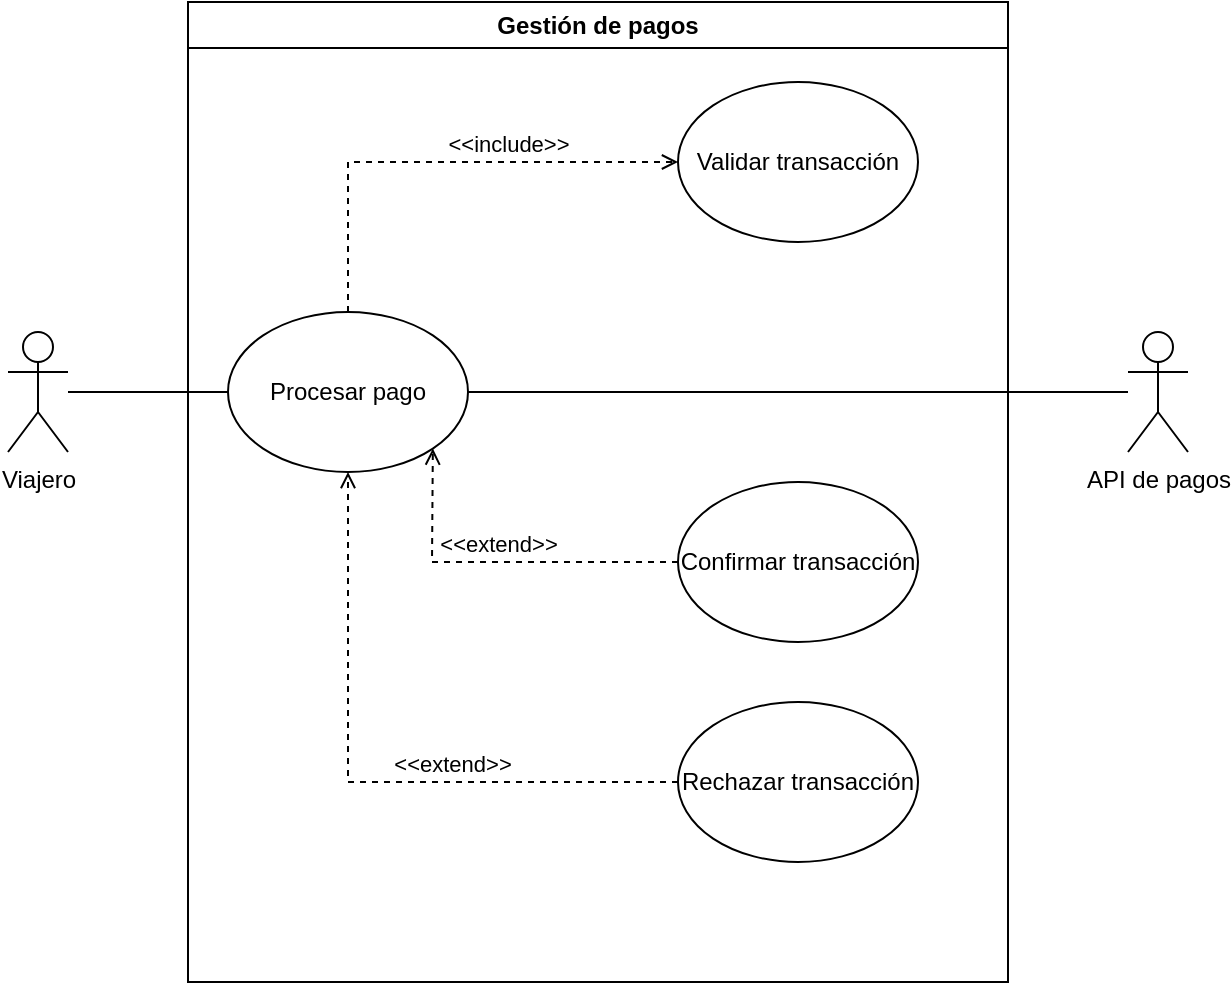
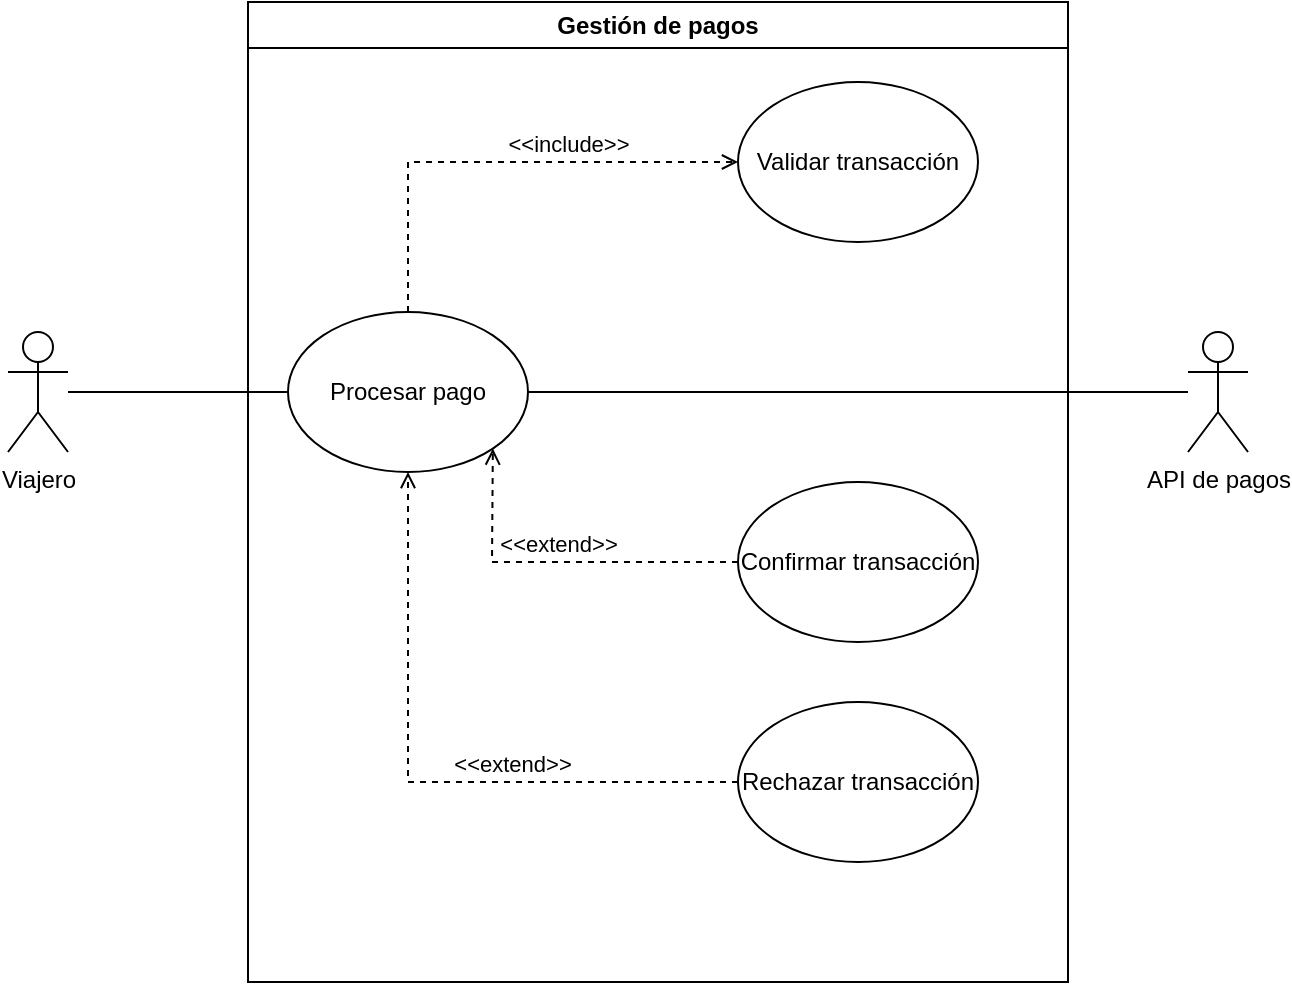
<mxfile host="app.diagrams.net">
  <diagram name="Page-1" id="mkqWgUlGliyPtY1f7ZGr">
-     <mxGraphModel dx="694" dy="486" grid="1" gridSize="10" guides="1" tooltips="1" connect="1" arrows="1" fold="1" page="1" pageScale="1" pageWidth="850" pageHeight="1100" math="0" shadow="0">
+     <mxGraphModel dx="1544" dy="486" grid="1" gridSize="10" guides="1" tooltips="1" connect="1" arrows="1" fold="1" page="1" pageScale="1" pageWidth="850" pageHeight="1100" math="0" shadow="0">
      <root>
        <mxCell id="0" />
        <mxCell id="1" parent="0" />
        <mxCell id="oq_OCJEDApQ9kqL2OErt-2" parent="1" style="swimlane;whiteSpace=wrap;html=1;" value="Gestión de pagos" vertex="1">
          <mxGeometry height="490" width="410" x="120" y="80" as="geometry" />
        </mxCell>
        <mxCell id="oq_OCJEDApQ9kqL2OErt-5" parent="oq_OCJEDApQ9kqL2OErt-2" style="ellipse;whiteSpace=wrap;html=1;" value="Validar transacción" vertex="1">
          <mxGeometry height="80" width="120" x="245" y="40" as="geometry" />
        </mxCell>
        <mxCell id="oq_OCJEDApQ9kqL2OErt-6" parent="oq_OCJEDApQ9kqL2OErt-2" style="ellipse;whiteSpace=wrap;html=1;" value="Confirmar transacción" vertex="1">
          <mxGeometry height="80" width="120" x="245" y="240" as="geometry" />
        </mxCell>
        <mxCell id="oq_OCJEDApQ9kqL2OErt-7" parent="oq_OCJEDApQ9kqL2OErt-2" style="ellipse;whiteSpace=wrap;html=1;" value="Rechazar transacción" vertex="1">
          <mxGeometry height="80" width="120" x="245" y="350" as="geometry" />
-         </mxCell>
-         <mxCell id="oq_OCJEDApQ9kqL2OErt-4" edge="1" parent="oq_OCJEDApQ9kqL2OErt-2" source="oq_OCJEDApQ9kqL2OErt-1" style="edgeStyle=orthogonalEdgeStyle;rounded=0;orthogonalLoop=1;jettySize=auto;html=1;entryX=0;entryY=0.5;entryDx=0;entryDy=0;endArrow=none;endFill=0;" target="oq_OCJEDApQ9kqL2OErt-3">
-           <mxGeometry relative="1" as="geometry" />
-         </mxCell>
-         <mxCell id="oq_OCJEDApQ9kqL2OErt-1" parent="oq_OCJEDApQ9kqL2OErt-2" style="shape=umlActor;verticalLabelPosition=bottom;verticalAlign=top;html=1;outlineConnect=0;" value="Viajero" vertex="1">
-           <mxGeometry height="60" width="30" x="-90" y="165" as="geometry" />
        </mxCell>
        <mxCell id="oq_OCJEDApQ9kqL2OErt-3" parent="oq_OCJEDApQ9kqL2OErt-2" style="ellipse;whiteSpace=wrap;html=1;" value="Procesar pago" vertex="1">
          <mxGeometry height="80" width="120" x="20" y="155" as="geometry" />
        </mxCell>
        <mxCell id="oq_OCJEDApQ9kqL2OErt-8" edge="1" parent="oq_OCJEDApQ9kqL2OErt-2" source="oq_OCJEDApQ9kqL2OErt-6" style="html=1;verticalAlign=bottom;labelBackgroundColor=none;endArrow=open;endFill=0;dashed=1;rounded=0;entryX=1;entryY=1;entryDx=0;entryDy=0;exitX=0;exitY=0.5;exitDx=0;exitDy=0;" target="oq_OCJEDApQ9kqL2OErt-3" value="&amp;lt;&amp;lt;extend&amp;gt;&amp;gt;">
          <mxGeometry relative="1" width="160" as="geometry">
            <Array as="points">
              <mxPoint x="122" y="280" />
            </Array>
            <mxPoint x="20" y="250" as="sourcePoint" />
            <mxPoint x="180" y="250" as="targetPoint" />
          </mxGeometry>
        </mxCell>
        <mxCell id="oq_OCJEDApQ9kqL2OErt-9" edge="1" parent="oq_OCJEDApQ9kqL2OErt-2" source="oq_OCJEDApQ9kqL2OErt-3" style="html=1;verticalAlign=bottom;labelBackgroundColor=none;endArrow=open;endFill=0;dashed=1;rounded=0;exitX=0.5;exitY=0;exitDx=0;exitDy=0;entryX=0;entryY=0.5;entryDx=0;entryDy=0;" target="oq_OCJEDApQ9kqL2OErt-5" value="&amp;lt;&amp;lt;include&amp;gt;&amp;gt;">
          <mxGeometry relative="1" width="160" x="0.2917" as="geometry">
            <mxPoint as="offset" />
            <Array as="points">
              <mxPoint x="80" y="80" />
            </Array>
            <mxPoint x="20" y="250" as="sourcePoint" />
            <mxPoint x="180" y="250" as="targetPoint" />
          </mxGeometry>
        </mxCell>
        <mxCell id="oq_OCJEDApQ9kqL2OErt-10" edge="1" parent="oq_OCJEDApQ9kqL2OErt-2" source="oq_OCJEDApQ9kqL2OErt-7" style="html=1;verticalAlign=bottom;labelBackgroundColor=none;endArrow=open;endFill=0;dashed=1;rounded=0;entryX=0.5;entryY=1;entryDx=0;entryDy=0;exitX=0;exitY=0.5;exitDx=0;exitDy=0;" target="oq_OCJEDApQ9kqL2OErt-3" value="&amp;lt;&amp;lt;extend&amp;gt;&amp;gt;">
          <mxGeometry relative="1" width="160" x="-0.2917" as="geometry">
            <mxPoint as="offset" />
            <Array as="points">
              <mxPoint x="80" y="390" />
            </Array>
            <mxPoint x="20" y="250" as="sourcePoint" />
            <mxPoint x="180" y="250" as="targetPoint" />
          </mxGeometry>
        </mxCell>
        <mxCell id="oq_OCJEDApQ9kqL2OErt-12" edge="1" parent="1" source="oq_OCJEDApQ9kqL2OErt-11" style="edgeStyle=orthogonalEdgeStyle;rounded=0;orthogonalLoop=1;jettySize=auto;html=1;entryX=1;entryY=0.5;entryDx=0;entryDy=0;endArrow=none;endFill=0;" target="oq_OCJEDApQ9kqL2OErt-3">
          <mxGeometry relative="1" as="geometry" />
        </mxCell>
        <mxCell id="oq_OCJEDApQ9kqL2OErt-11" parent="1" style="shape=umlActor;verticalLabelPosition=bottom;verticalAlign=top;html=1;" value="API de pagos" vertex="1">
          <mxGeometry height="60" width="30" x="590" y="245" as="geometry" />
        </mxCell>
+         <mxCell id="oq_OCJEDApQ9kqL2OErt-1" parent="1" style="shape=umlActor;verticalLabelPosition=bottom;verticalAlign=top;html=1;outlineConnect=0;" value="Viajero" vertex="1">
+           <mxGeometry height="60" width="30" y="245" as="geometry" />
+         </mxCell>
+         <mxCell id="oq_OCJEDApQ9kqL2OErt-4" edge="1" parent="1" source="oq_OCJEDApQ9kqL2OErt-1" style="edgeStyle=orthogonalEdgeStyle;rounded=0;orthogonalLoop=1;jettySize=auto;html=1;entryX=0;entryY=0.5;entryDx=0;entryDy=0;endArrow=none;endFill=0;" target="oq_OCJEDApQ9kqL2OErt-3">
+           <mxGeometry relative="1" as="geometry" />
+         </mxCell>
      </root>
    </mxGraphModel>
  </diagram>
</mxfile>
